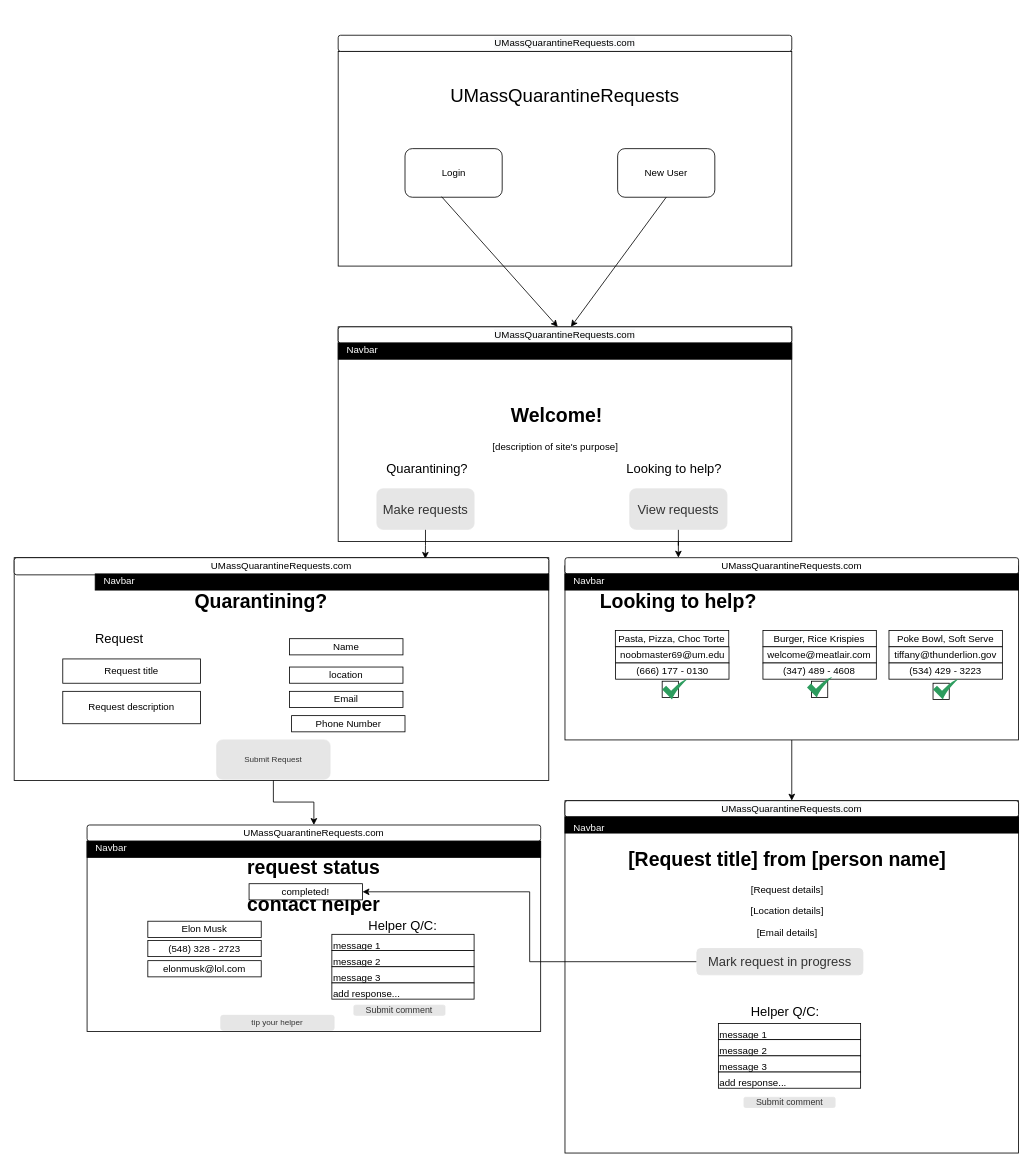
This is docs/diagrams/homepage.drawio from grievans/cs326-final-vav, a draw.io file, before an edit. Source tidied: cells renumbered, new cells numbered last; positions are measured from the earlier drawing's top-left corner, leaving out a move shared by most shapes. Both pictures are drawn from the tidied source at 81%, with x=0, y=0 at pixel (14, 35).
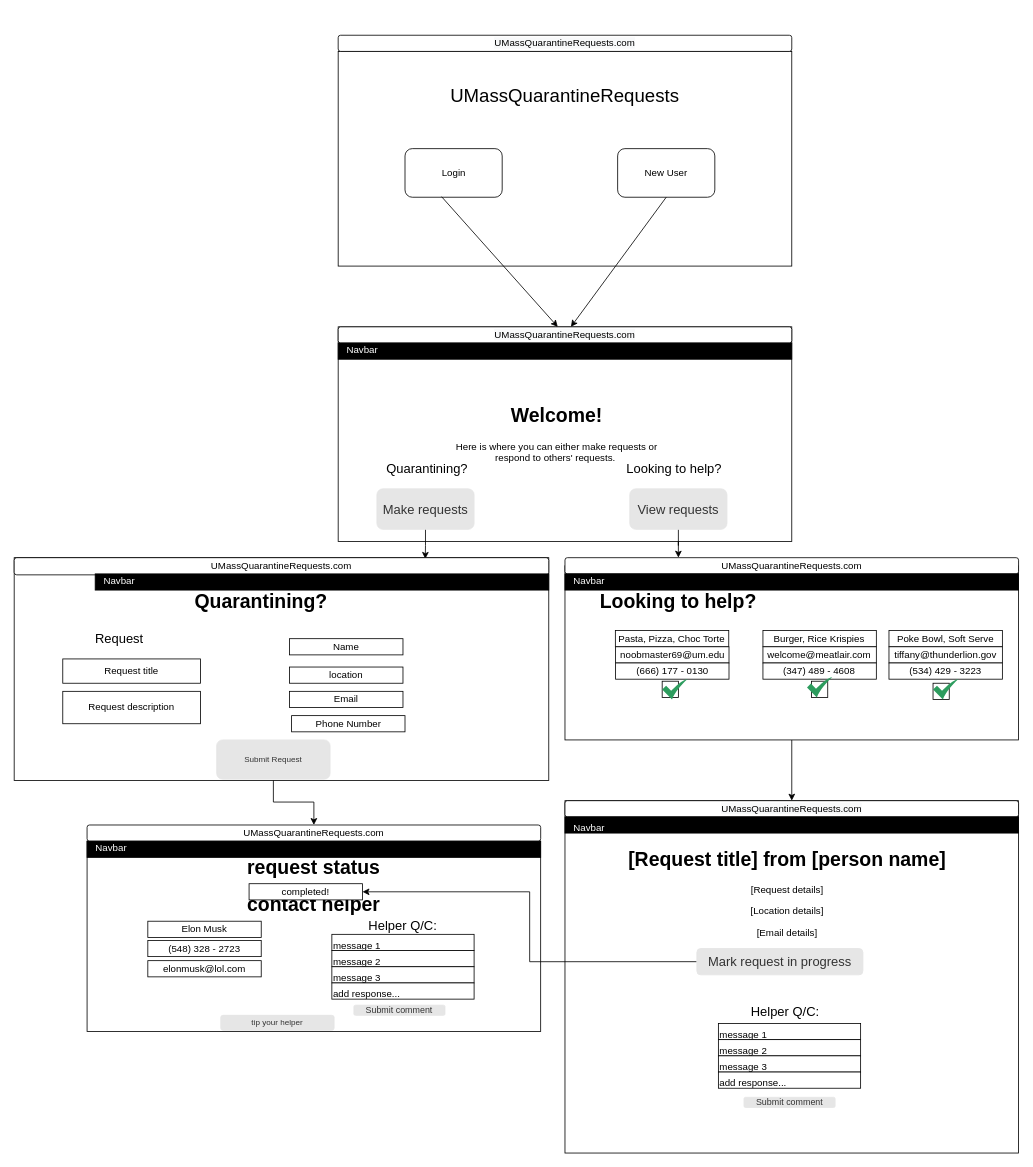
After the change.

Commit message:
Updated welcome page .drawio

What changed in the source:
```diff
@@
-    <mxCell id="5" value="&lt;h1&gt;Welcome!&lt;/h1&gt;&lt;p&gt;[description of site's purpose]&amp;nbsp;&lt;/p&gt;" style="text;html=1;strokeColor=none;fillColor=none;spacing=5;spacingTop=-20;whiteSpace=wrap;overflow=hidden;rounded=0;align=center;" parent="1" vertex="1">
-      <mxGeometry x="530" y="450" width="280" height="70" as="geometry" />
+    <mxCell id="5" value="&lt;h1&gt;Welcome!&lt;/h1&gt;&lt;p&gt;Here is where you can either make requests or respond to others' requests.&amp;nbsp;&lt;/p&gt;" style="text;html=1;strokeColor=none;fillColor=none;spacing=5;spacingTop=-20;whiteSpace=wrap;overflow=hidden;rounded=0;align=center;" parent="1" vertex="1">
+      <mxGeometry x="530" y="450" width="280" height="80" as="geometry" />
     </mxCell>
```
